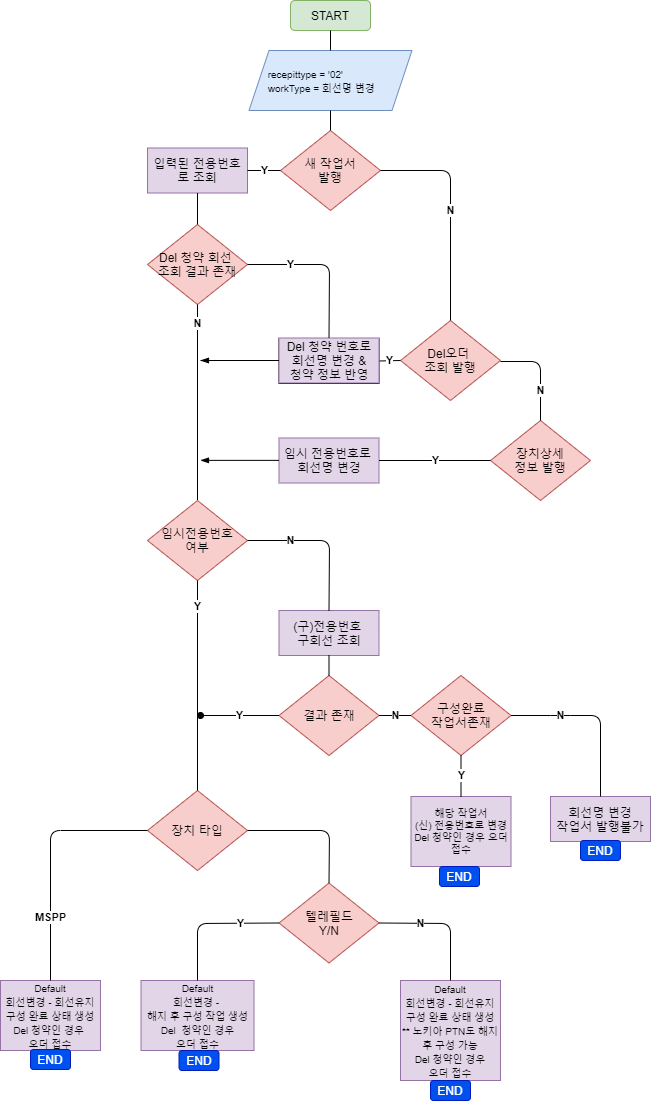
This is ff.png from CharmingTree/UML, a draw.io export, as it was before one commit. Source tidied: cells renumbered, new cells last; positions are measured from the earlier drawing's top-left corner, leaving out a move shared by most shapes.
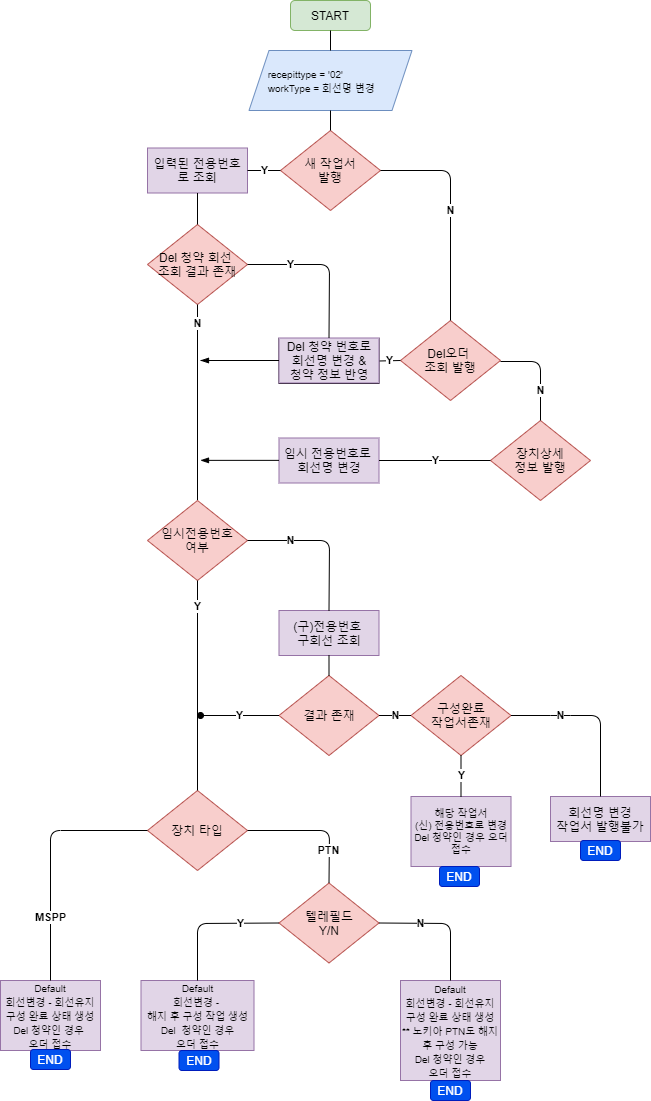
The same file after the commit.

Change to the diagram source:
```diff
@@ -129,11 +129,12 @@
     <mxCell id="34" value="텔레필드&lt;br&gt;Y/N" style="rhombus;whiteSpace=wrap;html=1;fillColor=#f8cecc;strokeColor=#b85450;" parent="1" vertex="1">
       <mxGeometry x="278.5" y="882.5" width="100" height="80" as="geometry" />
     </mxCell>
-    <mxCell id="35" style="endArrow=none;html=1;exitX=1;exitY=0.5;exitDx=0;exitDy=0;entryX=0.5;entryY=0;entryDx=0;entryDy=0;" parent="1" edge="1" source="31" target="34">
-      <mxGeometry relative="1" as="geometry">
+    <mxCell id="35" value="PTN" style="endArrow=none;html=1;exitX=1;exitY=0.5;exitDx=0;exitDy=0;entryX=0.5;entryY=0;entryDx=0;entryDy=0;fontStyle=1;" parent="1" edge="1" source="31" target="34">
+      <mxGeometry x="0.21" y="-20" relative="1" as="geometry">
         <Array as="points">
           <mxPoint x="329" y="830" />
         </Array>
+        <mxPoint x="19" y="20" as="offset" />
       </mxGeometry>
     </mxCell>
     <mxCell id="36" value="&lt;font style=&quot;font-size: 10px&quot;&gt;Default&lt;br&gt;회선변경 - &lt;br&gt;해지 후 구성 작업 생성&lt;br&gt;Del&amp;nbsp; 청약인 경우&lt;br&gt;오더 접수&lt;br&gt;&lt;/font&gt;" style="rounded=0;whiteSpace=wrap;html=1;fillColor=#e1d5e7;strokeColor=#9673a6;" parent="1" vertex="1">
```
